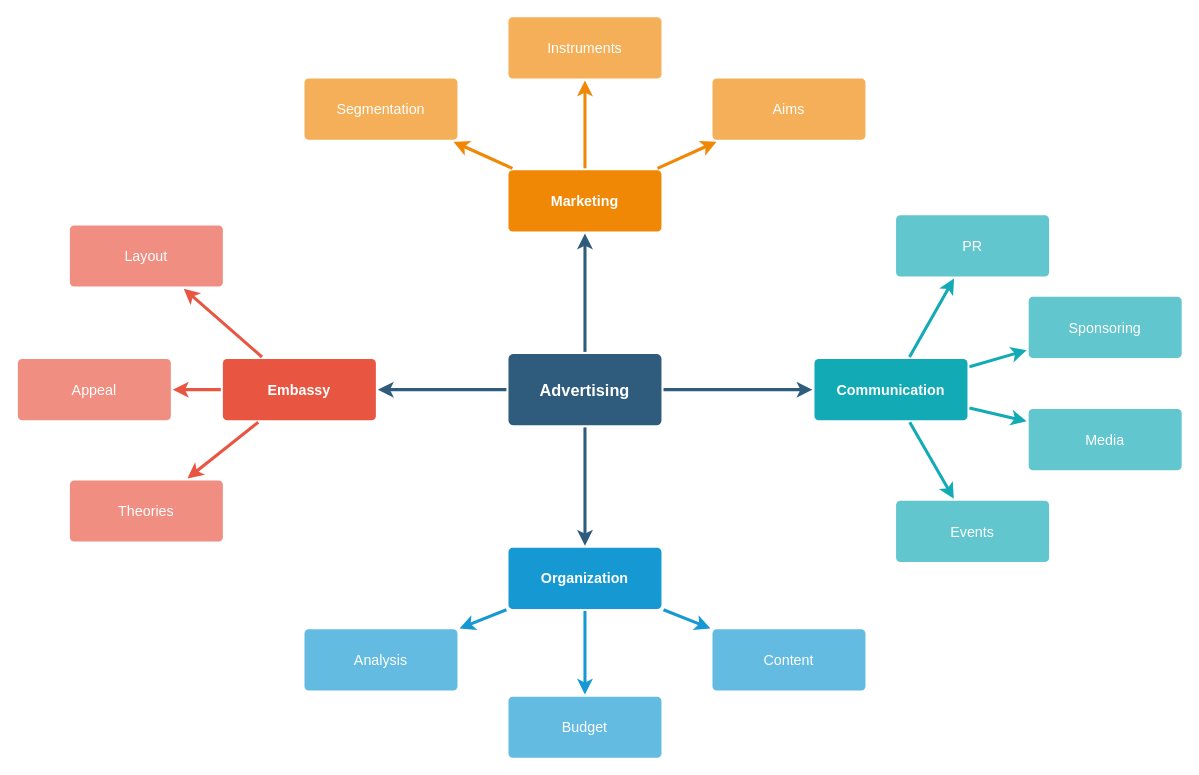
Earlier version of the draw.io diagram mind map.drawio (donnerslay/LFCalc). Source tidied: cells renumbered, new cells numbered last; positions are measured from the earlier drawing's top-left corner, leaving out a move shared by most shapes. Both pictures are drawn from the tidied source at 102%, with x=0, y=0 at pixel (17, 16).
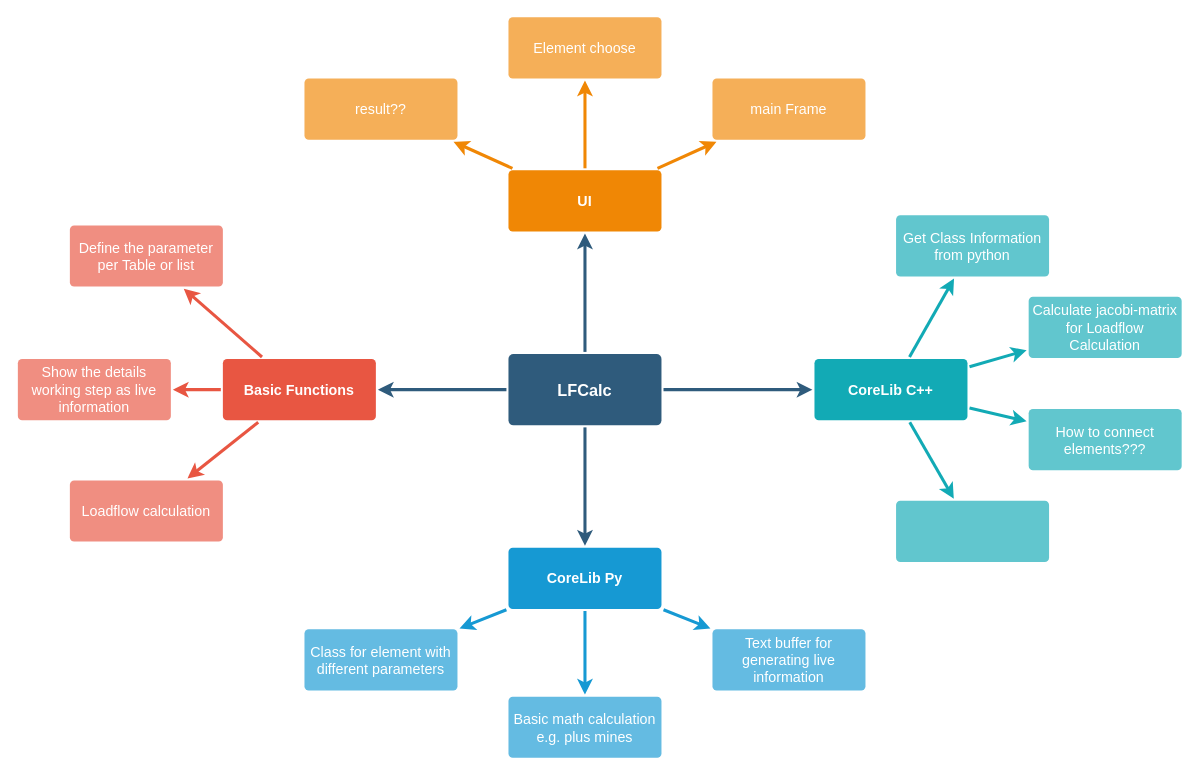
After the change.

Change to the diagram source:
```diff
@@
-    <mxCell id="6" value="Advertising" style="rounded=1;whiteSpace=wrap;html=1;shadow=0;labelBackgroundColor=none;strokeColor=none;strokeWidth=3;fillColor=#2F5B7C;fontFamily=Helvetica;fontSize=16;fontColor=#FFFFFF;align=center;fontStyle=1;spacing=5;arcSize=7;perimeterSpacing=2;" parent="1" vertex="1">
+    <mxCell id="6" value="LFCalc" style="rounded=1;whiteSpace=wrap;html=1;shadow=0;labelBackgroundColor=none;strokeColor=none;strokeWidth=3;fillColor=#2F5B7C;fontFamily=Helvetica;fontSize=16;fontColor=#FFFFFF;align=center;fontStyle=1;spacing=5;arcSize=7;perimeterSpacing=2;" parent="1" vertex="1">
       <mxGeometry x="481" y="330.5" width="150" height="70" as="geometry" />
     </mxCell>
@@
-    <mxCell id="10" value="Embassy" style="rounded=1;whiteSpace=wrap;html=1;shadow=0;labelBackgroundColor=none;strokeColor=none;strokeWidth=3;fillColor=#e85642;fontFamily=Helvetica;fontSize=14;fontColor=#FFFFFF;align=center;spacing=5;fontStyle=1;arcSize=7;perimeterSpacing=2;" parent="1" vertex="1">
+    <mxCell id="10" value="Basic Functions" style="rounded=1;whiteSpace=wrap;html=1;shadow=0;labelBackgroundColor=none;strokeColor=none;strokeWidth=3;fillColor=#e85642;fontFamily=Helvetica;fontSize=14;fontColor=#FFFFFF;align=center;spacing=5;fontStyle=1;arcSize=7;perimeterSpacing=2;" parent="1" vertex="1">
       <mxGeometry x="201" y="335.5" width="150" height="60" as="geometry" />
     </mxCell>
-    <mxCell id="11" value="Theories" style="rounded=1;whiteSpace=wrap;html=1;shadow=0;labelBackgroundColor=none;strokeColor=none;strokeWidth=3;fillColor=#f08e81;fontFamily=Helvetica;fontSize=14;fontColor=#FFFFFF;align=center;spacing=5;fontStyle=0;arcSize=7;perimeterSpacing=2;" parent="1" vertex="1">
+    <mxCell id="11" value="Loadflow calculation" style="rounded=1;whiteSpace=wrap;html=1;shadow=0;labelBackgroundColor=none;strokeColor=none;strokeWidth=3;fillColor=#f08e81;fontFamily=Helvetica;fontSize=14;fontColor=#FFFFFF;align=center;spacing=5;fontStyle=0;arcSize=7;perimeterSpacing=2;" parent="1" vertex="1">
       <mxGeometry x="51" y="454.5" width="150" height="60" as="geometry" />
     </mxCell>
-    <mxCell id="12" value="Appeal" style="rounded=1;whiteSpace=wrap;html=1;shadow=0;labelBackgroundColor=none;strokeColor=none;strokeWidth=3;fillColor=#f08e81;fontFamily=Helvetica;fontSize=14;fontColor=#FFFFFF;align=center;spacing=5;fontStyle=0;arcSize=7;perimeterSpacing=2;" parent="1" vertex="1">
+    <mxCell id="12" value="Show the details working step as live information" style="rounded=1;whiteSpace=wrap;html=1;shadow=0;labelBackgroundColor=none;strokeColor=none;strokeWidth=3;fillColor=#f08e81;fontFamily=Helvetica;fontSize=14;fontColor=#FFFFFF;align=center;spacing=5;fontStyle=0;arcSize=7;perimeterSpacing=2;" parent="1" vertex="1">
       <mxGeometry y="335.5" width="150" height="60" as="geometry" />
     </mxCell>
-    <mxCell id="13" value="Layout" style="rounded=1;whiteSpace=wrap;html=1;shadow=0;labelBackgroundColor=none;strokeColor=none;strokeWidth=3;fillColor=#f08e81;fontFamily=Helvetica;fontSize=14;fontColor=#FFFFFF;align=center;spacing=5;fontStyle=0;arcSize=7;perimeterSpacing=2;" parent="1" vertex="1">
+    <mxCell id="13" value="Define the parameter per Table or list" style="rounded=1;whiteSpace=wrap;html=1;shadow=0;labelBackgroundColor=none;strokeColor=none;strokeWidth=3;fillColor=#f08e81;fontFamily=Helvetica;fontSize=14;fontColor=#FFFFFF;align=center;spacing=5;fontStyle=0;arcSize=7;perimeterSpacing=2;" parent="1" vertex="1">
       <mxGeometry x="51" y="204.5" width="150" height="60" as="geometry" />
     </mxCell>
@@
-    <mxCell id="17" value="Organization" style="rounded=1;whiteSpace=wrap;html=1;shadow=0;labelBackgroundColor=none;strokeColor=none;strokeWidth=3;fillColor=#1699d3;fontFamily=Helvetica;fontSize=14;fontColor=#FFFFFF;align=center;spacing=5;fontStyle=1;arcSize=7;perimeterSpacing=2;" parent="1" vertex="1">
+    <mxCell id="17" value="CoreLib Py" style="rounded=1;whiteSpace=wrap;html=1;shadow=0;labelBackgroundColor=none;strokeColor=none;strokeWidth=3;fillColor=#1699d3;fontFamily=Helvetica;fontSize=14;fontColor=#FFFFFF;align=center;spacing=5;fontStyle=1;arcSize=7;perimeterSpacing=2;" parent="1" vertex="1">
       <mxGeometry x="481" y="520.5" width="150" height="60" as="geometry" />
     </mxCell>
-    <mxCell id="18" value="Content" style="rounded=1;whiteSpace=wrap;html=1;shadow=0;labelBackgroundColor=none;strokeColor=none;strokeWidth=3;fillColor=#64bbe2;fontFamily=Helvetica;fontSize=14;fontColor=#FFFFFF;align=center;spacing=5;arcSize=7;perimeterSpacing=2;" parent="1" vertex="1">
+    <mxCell id="18" value="Text buffer for generating live information" style="rounded=1;whiteSpace=wrap;html=1;shadow=0;labelBackgroundColor=none;strokeColor=none;strokeWidth=3;fillColor=#64bbe2;fontFamily=Helvetica;fontSize=14;fontColor=#FFFFFF;align=center;spacing=5;arcSize=7;perimeterSpacing=2;" parent="1" vertex="1">
       <mxGeometry x="681" y="600.5" width="150" height="60" as="geometry" />
     </mxCell>
-    <mxCell id="19" value="Budget" style="rounded=1;whiteSpace=wrap;html=1;shadow=0;labelBackgroundColor=none;strokeColor=none;strokeWidth=3;fillColor=#64bbe2;fontFamily=Helvetica;fontSize=14;fontColor=#FFFFFF;align=center;spacing=5;arcSize=7;perimeterSpacing=2;" parent="1" vertex="1">
+    <mxCell id="19" value="Basic math calculation e.g. plus mines" style="rounded=1;whiteSpace=wrap;html=1;shadow=0;labelBackgroundColor=none;strokeColor=none;strokeWidth=3;fillColor=#64bbe2;fontFamily=Helvetica;fontSize=14;fontColor=#FFFFFF;align=center;spacing=5;arcSize=7;perimeterSpacing=2;" parent="1" vertex="1">
       <mxGeometry x="481" y="666.5" width="150" height="60" as="geometry" />
     </mxCell>
-    <mxCell id="20" value="Analysis" style="rounded=1;whiteSpace=wrap;html=1;shadow=0;labelBackgroundColor=none;strokeColor=none;strokeWidth=3;fillColor=#64bbe2;fontFamily=Helvetica;fontSize=14;fontColor=#FFFFFF;align=center;spacing=5;arcSize=7;perimeterSpacing=2;" parent="1" vertex="1">
+    <mxCell id="20" value="Class for element with different parameters" style="rounded=1;whiteSpace=wrap;html=1;shadow=0;labelBackgroundColor=none;strokeColor=none;strokeWidth=3;fillColor=#64bbe2;fontFamily=Helvetica;fontSize=14;fontColor=#FFFFFF;align=center;spacing=5;arcSize=7;perimeterSpacing=2;" parent="1" vertex="1">
       <mxGeometry x="281" y="600.5" width="150" height="60" as="geometry" />
     </mxCell>
-    <mxCell id="21" value="Marketing" style="rounded=1;whiteSpace=wrap;html=1;shadow=0;labelBackgroundColor=none;strokeColor=none;strokeWidth=3;fillColor=#F08705;fontFamily=Helvetica;fontSize=14;fontColor=#FFFFFF;align=center;spacing=5;fontStyle=1;arcSize=7;perimeterSpacing=2;" parent="1" vertex="1">
+    <mxCell id="21" value="UI" style="rounded=1;whiteSpace=wrap;html=1;shadow=0;labelBackgroundColor=none;strokeColor=none;strokeWidth=3;fillColor=#F08705;fontFamily=Helvetica;fontSize=14;fontColor=#FFFFFF;align=center;spacing=5;fontStyle=1;arcSize=7;perimeterSpacing=2;" parent="1" vertex="1">
       <mxGeometry x="481" y="150.5" width="150" height="60" as="geometry" />
     </mxCell>
-    <mxCell id="22" value="Aims&lt;br&gt;" style="rounded=1;whiteSpace=wrap;html=1;shadow=0;labelBackgroundColor=none;strokeColor=none;strokeWidth=3;fillColor=#f5af58;fontFamily=Helvetica;fontSize=14;fontColor=#FFFFFF;align=center;spacing=5;arcSize=7;perimeterSpacing=2;" parent="1" vertex="1">
+    <mxCell id="22" value="&lt;div&gt;main Frame&lt;/div&gt;" style="rounded=1;whiteSpace=wrap;html=1;shadow=0;labelBackgroundColor=none;strokeColor=none;strokeWidth=3;fillColor=#f5af58;fontFamily=Helvetica;fontSize=14;fontColor=#FFFFFF;align=center;spacing=5;arcSize=7;perimeterSpacing=2;" parent="1" vertex="1">
       <mxGeometry x="681" y="60.5" width="150" height="60" as="geometry" />
     </mxCell>
@@
-    <mxCell id="24" value="Instruments" style="rounded=1;whiteSpace=wrap;html=1;shadow=0;labelBackgroundColor=none;strokeColor=none;strokeWidth=3;fillColor=#f5af58;fontFamily=Helvetica;fontSize=14;fontColor=#FFFFFF;align=center;spacing=5;arcSize=7;perimeterSpacing=2;" parent="1" vertex="1">
+    <mxCell id="24" value="Element choose" style="rounded=1;whiteSpace=wrap;html=1;shadow=0;labelBackgroundColor=none;strokeColor=none;strokeWidth=3;fillColor=#f5af58;fontFamily=Helvetica;fontSize=14;fontColor=#FFFFFF;align=center;spacing=5;arcSize=7;perimeterSpacing=2;" parent="1" vertex="1">
       <mxGeometry x="481" y="0.5" width="150" height="60" as="geometry" />
     </mxCell>
@@
-    <mxCell id="26" value="Segmentation" style="rounded=1;whiteSpace=wrap;html=1;shadow=0;labelBackgroundColor=none;strokeColor=none;strokeWidth=3;fillColor=#f5af58;fontFamily=Helvetica;fontSize=14;fontColor=#FFFFFF;align=center;spacing=5;arcSize=7;perimeterSpacing=2;" parent="1" vertex="1">
+    <mxCell id="26" value="result??" style="rounded=1;whiteSpace=wrap;html=1;shadow=0;labelBackgroundColor=none;strokeColor=none;strokeWidth=3;fillColor=#f5af58;fontFamily=Helvetica;fontSize=14;fontColor=#FFFFFF;align=center;spacing=5;arcSize=7;perimeterSpacing=2;" parent="1" vertex="1">
       <mxGeometry x="281" y="60.5" width="150" height="60" as="geometry" />
     </mxCell>
@@
-    <mxCell id="28" value="Communication" style="rounded=1;whiteSpace=wrap;html=1;shadow=0;labelBackgroundColor=none;strokeColor=none;strokeWidth=3;fillColor=#12aab5;fontFamily=Helvetica;fontSize=14;fontColor=#FFFFFF;align=center;spacing=5;fontStyle=1;arcSize=7;perimeterSpacing=2;" parent="1" vertex="1">
+    <mxCell id="28" value="CoreLib C++" style="rounded=1;whiteSpace=wrap;html=1;shadow=0;labelBackgroundColor=none;strokeColor=none;strokeWidth=3;fillColor=#12aab5;fontFamily=Helvetica;fontSize=14;fontColor=#FFFFFF;align=center;spacing=5;fontStyle=1;arcSize=7;perimeterSpacing=2;" parent="1" vertex="1">
       <mxGeometry x="781" y="335.5" width="150" height="60" as="geometry" />
     </mxCell>
-    <mxCell id="29" value="Events" style="rounded=1;whiteSpace=wrap;html=1;shadow=0;labelBackgroundColor=none;strokeColor=none;strokeWidth=3;fillColor=#61c6ce;fontFamily=Helvetica;fontSize=14;fontColor=#FFFFFF;align=center;spacing=5;fontStyle=0;arcSize=7;perimeterSpacing=2;" parent="1" vertex="1">
+    <mxCell id="29" style="rounded=1;whiteSpace=wrap;html=1;shadow=0;labelBackgroundColor=none;strokeColor=none;strokeWidth=3;fillColor=#61c6ce;fontFamily=Helvetica;fontSize=14;fontColor=#FFFFFF;align=center;spacing=5;fontStyle=0;arcSize=7;perimeterSpacing=2;" parent="1" vertex="1">
       <mxGeometry x="861" y="474.5" width="150" height="60" as="geometry" />
     </mxCell>
@@
-    <mxCell id="31" value="Media" style="rounded=1;whiteSpace=wrap;html=1;shadow=0;labelBackgroundColor=none;strokeColor=none;strokeWidth=3;fillColor=#61c6ce;fontFamily=Helvetica;fontSize=14;fontColor=#FFFFFF;align=center;spacing=5;fontStyle=0;arcSize=7;perimeterSpacing=2;" parent="1" vertex="1">
+    <mxCell id="31" value="How to connect elements???" style="rounded=1;whiteSpace=wrap;html=1;shadow=0;labelBackgroundColor=none;strokeColor=none;strokeWidth=3;fillColor=#61c6ce;fontFamily=Helvetica;fontSize=14;fontColor=#FFFFFF;align=center;spacing=5;fontStyle=0;arcSize=7;perimeterSpacing=2;" parent="1" vertex="1">
       <mxGeometry x="991" y="384.5" width="150" height="60" as="geometry" />
     </mxCell>
@@
-    <mxCell id="33" value="Sponsoring" style="rounded=1;whiteSpace=wrap;html=1;shadow=0;labelBackgroundColor=none;strokeColor=none;strokeWidth=3;fillColor=#61c6ce;fontFamily=Helvetica;fontSize=14;fontColor=#FFFFFF;align=center;spacing=5;fontStyle=0;arcSize=7;perimeterSpacing=2;" parent="1" vertex="1">
+    <mxCell id="33" value="Calculate jacobi-matrix for Loadflow Calculation" style="rounded=1;whiteSpace=wrap;html=1;shadow=0;labelBackgroundColor=none;strokeColor=none;strokeWidth=3;fillColor=#61c6ce;fontFamily=Helvetica;fontSize=14;fontColor=#FFFFFF;align=center;spacing=5;fontStyle=0;arcSize=7;perimeterSpacing=2;" parent="1" vertex="1">
       <mxGeometry x="991" y="274.5" width="150" height="60" as="geometry" />
     </mxCell>
@@
-    <mxCell id="35" value="PR" style="rounded=1;whiteSpace=wrap;html=1;shadow=0;labelBackgroundColor=none;strokeColor=none;strokeWidth=3;fillColor=#61c6ce;fontFamily=Helvetica;fontSize=14;fontColor=#FFFFFF;align=center;spacing=5;fontStyle=0;arcSize=7;perimeterSpacing=2;" parent="1" vertex="1">
+    <mxCell id="35" value="Get Class Information from python" style="rounded=1;whiteSpace=wrap;html=1;shadow=0;labelBackgroundColor=none;strokeColor=none;strokeWidth=3;fillColor=#61c6ce;fontFamily=Helvetica;fontSize=14;fontColor=#FFFFFF;align=center;spacing=5;fontStyle=0;arcSize=7;perimeterSpacing=2;" parent="1" vertex="1">
       <mxGeometry x="861" y="194.5" width="150" height="60" as="geometry" />
     </mxCell>
```
